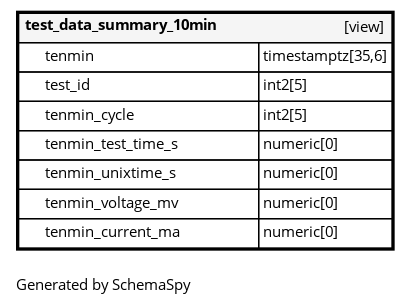
This is docs/diagrams/tables/test_data_summary_10min.1degree.png from BattGenie/battdb, a Graphviz export, as it was before one commit. Its source is kept beside it as docs/diagrams/tables/test_data_summary_10min.1degree.dot.
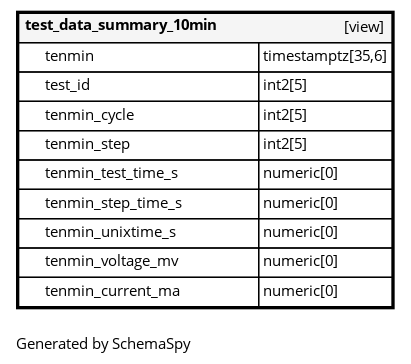
After the commit.

Change to the diagram source:
```diff
@@ -7,7 +7,9 @@
       <TR><TD PORT="tenmin" COLSPAN="2" ALIGN="LEFT"><TABLE BORDER="0" CELLSPACING="0" ALIGN="LEFT"><TR ALIGN="LEFT"><TD ALIGN="LEFT" FIXEDSIZE="TRUE" WIDTH="15" HEIGHT="16"></TD><TD ALIGN="LEFT" FIXEDSIZE="TRUE" WIDTH="159" HEIGHT="16">tenmin</TD></TR></TABLE></TD><TD PORT="tenmin.type" ALIGN="LEFT">timestamptz[35,6]</TD></TR>
       <TR><TD PORT="test_id" COLSPAN="2" ALIGN="LEFT"><TABLE BORDER="0" CELLSPACING="0" ALIGN="LEFT"><TR ALIGN="LEFT"><TD ALIGN="LEFT" FIXEDSIZE="TRUE" WIDTH="15" HEIGHT="16"></TD><TD ALIGN="LEFT" FIXEDSIZE="TRUE" WIDTH="159" HEIGHT="16">test_id</TD></TR></TABLE></TD><TD PORT="test_id.type" ALIGN="LEFT">int2[5]</TD></TR>
       <TR><TD PORT="tenmin_cycle" COLSPAN="2" ALIGN="LEFT"><TABLE BORDER="0" CELLSPACING="0" ALIGN="LEFT"><TR ALIGN="LEFT"><TD ALIGN="LEFT" FIXEDSIZE="TRUE" WIDTH="15" HEIGHT="16"></TD><TD ALIGN="LEFT" FIXEDSIZE="TRUE" WIDTH="159" HEIGHT="16">tenmin_cycle</TD></TR></TABLE></TD><TD PORT="tenmin_cycle.type" ALIGN="LEFT">int2[5]</TD></TR>
+      <TR><TD PORT="tenmin_step" COLSPAN="2" ALIGN="LEFT"><TABLE BORDER="0" CELLSPACING="0" ALIGN="LEFT"><TR ALIGN="LEFT"><TD ALIGN="LEFT" FIXEDSIZE="TRUE" WIDTH="15" HEIGHT="16"></TD><TD ALIGN="LEFT" FIXEDSIZE="TRUE" WIDTH="159" HEIGHT="16">tenmin_step</TD></TR></TABLE></TD><TD PORT="tenmin_step.type" ALIGN="LEFT">int2[5]</TD></TR>
       <TR><TD PORT="tenmin_test_time_s" COLSPAN="2" ALIGN="LEFT"><TABLE BORDER="0" CELLSPACING="0" ALIGN="LEFT"><TR ALIGN="LEFT"><TD ALIGN="LEFT" FIXEDSIZE="TRUE" WIDTH="15" HEIGHT="16"></TD><TD ALIGN="LEFT" FIXEDSIZE="TRUE" WIDTH="159" HEIGHT="16">tenmin_test_time_s</TD></TR></TABLE></TD><TD PORT="tenmin_test_time_s.type" ALIGN="LEFT">numeric[0]</TD></TR>
+      <TR><TD PORT="tenmin_step_time_s" COLSPAN="2" ALIGN="LEFT"><TABLE BORDER="0" CELLSPACING="0" ALIGN="LEFT"><TR ALIGN="LEFT"><TD ALIGN="LEFT" FIXEDSIZE="TRUE" WIDTH="15" HEIGHT="16"></TD><TD ALIGN="LEFT" FIXEDSIZE="TRUE" WIDTH="159" HEIGHT="16">tenmin_step_time_s</TD></TR></TABLE></TD><TD PORT="tenmin_step_time_s.type" ALIGN="LEFT">numeric[0]</TD></TR>
       <TR><TD PORT="tenmin_unixtime_s" COLSPAN="2" ALIGN="LEFT"><TABLE BORDER="0" CELLSPACING="0" ALIGN="LEFT"><TR ALIGN="LEFT"><TD ALIGN="LEFT" FIXEDSIZE="TRUE" WIDTH="15" HEIGHT="16"></TD><TD ALIGN="LEFT" FIXEDSIZE="TRUE" WIDTH="159" HEIGHT="16">tenmin_unixtime_s</TD></TR></TABLE></TD><TD PORT="tenmin_unixtime_s.type" ALIGN="LEFT">numeric[0]</TD></TR>
       <TR><TD PORT="tenmin_voltage_mv" COLSPAN="2" ALIGN="LEFT"><TABLE BORDER="0" CELLSPACING="0" ALIGN="LEFT"><TR ALIGN="LEFT"><TD ALIGN="LEFT" FIXEDSIZE="TRUE" WIDTH="15" HEIGHT="16"></TD><TD ALIGN="LEFT" FIXEDSIZE="TRUE" WIDTH="159" HEIGHT="16">tenmin_voltage_mv</TD></TR></TABLE></TD><TD PORT="tenmin_voltage_mv.type" ALIGN="LEFT">numeric[0]</TD></TR>
       <TR><TD PORT="tenmin_current_ma" COLSPAN="2" ALIGN="LEFT"><TABLE BORDER="0" CELLSPACING="0" ALIGN="LEFT"><TR ALIGN="LEFT"><TD ALIGN="LEFT" FIXEDSIZE="TRUE" WIDTH="15" HEIGHT="16"></TD><TD ALIGN="LEFT" FIXEDSIZE="TRUE" WIDTH="159" HEIGHT="16">tenmin_current_ma</TD></TR></TABLE></TD><TD PORT="tenmin_current_ma.type" ALIGN="LEFT">numeric[0]</TD></TR>
```
